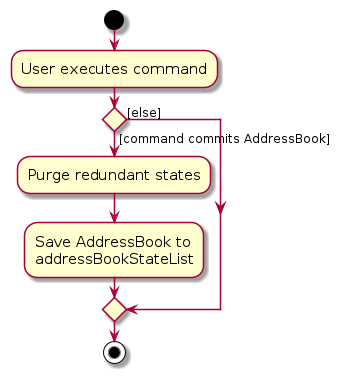
AY2627S1-CS2103T-W08-1/tp keeps this PlantUML diagram as diagrams/CommitActivityDiagram.png. Above is the earlier version. Its source is kept beside it as diagrams/CommitActivityDiagram.puml.
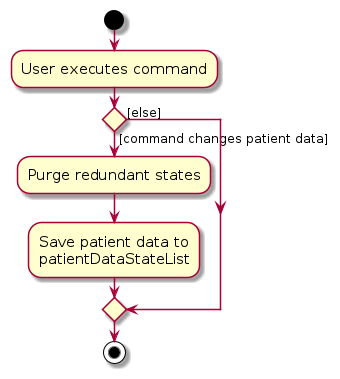
Above is the later version.

Diff of the diagram source:
```diff
@@ -6,10 +6,10 @@
 :User executes command;
 
 
-if () then ([command commits AddressBook])
+if () then ([command changes patient data])
     :Purge redundant states;
-    :Save AddressBook to
-    addressBookStateList;
+    :Save patient data to
+    patientDataStateList;
 else ([else])
 endif
 stop
```
